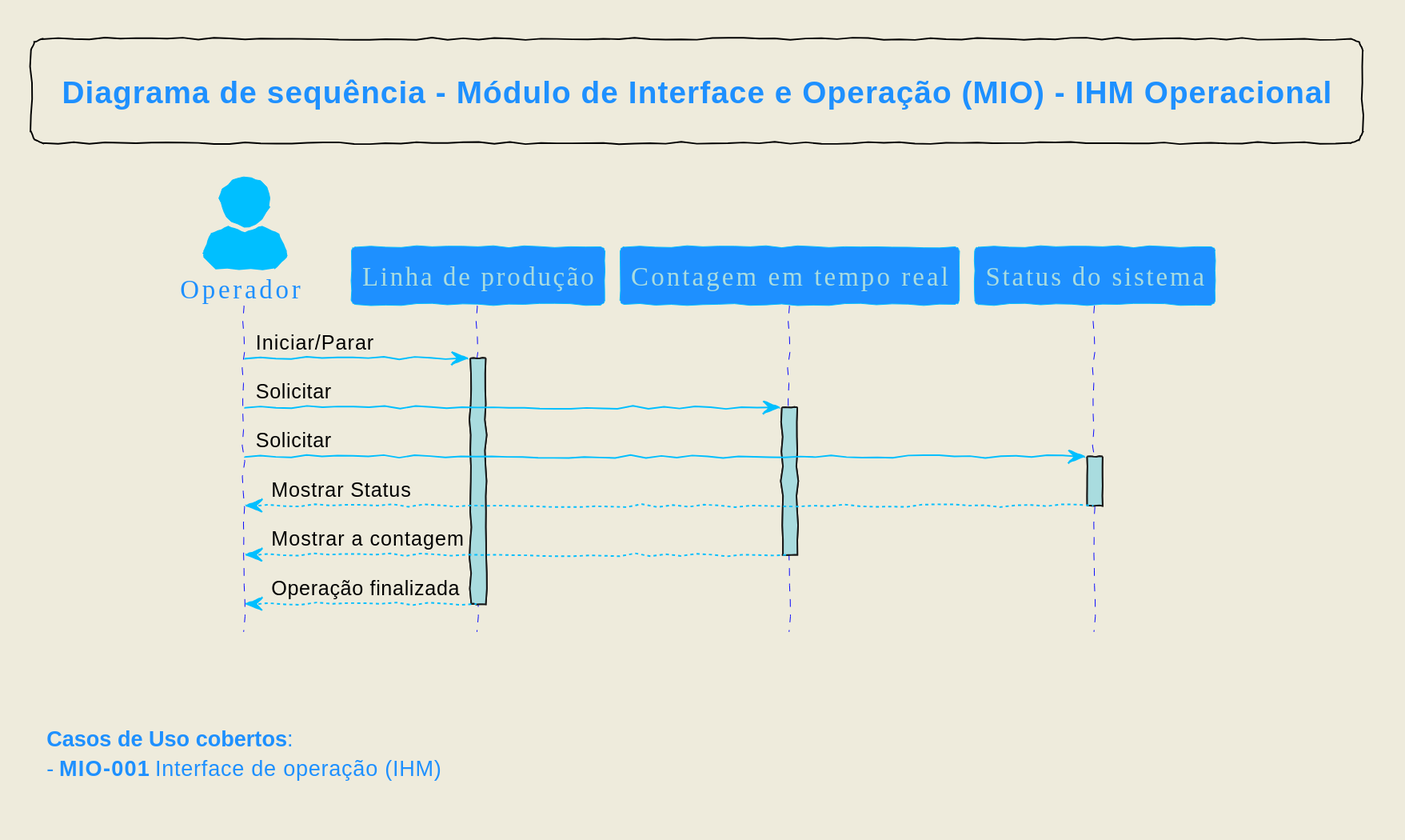
Above: diagramas_svg/DS-IHM-001.svg in Embrapac/diagramas (PlantUML), before the change.
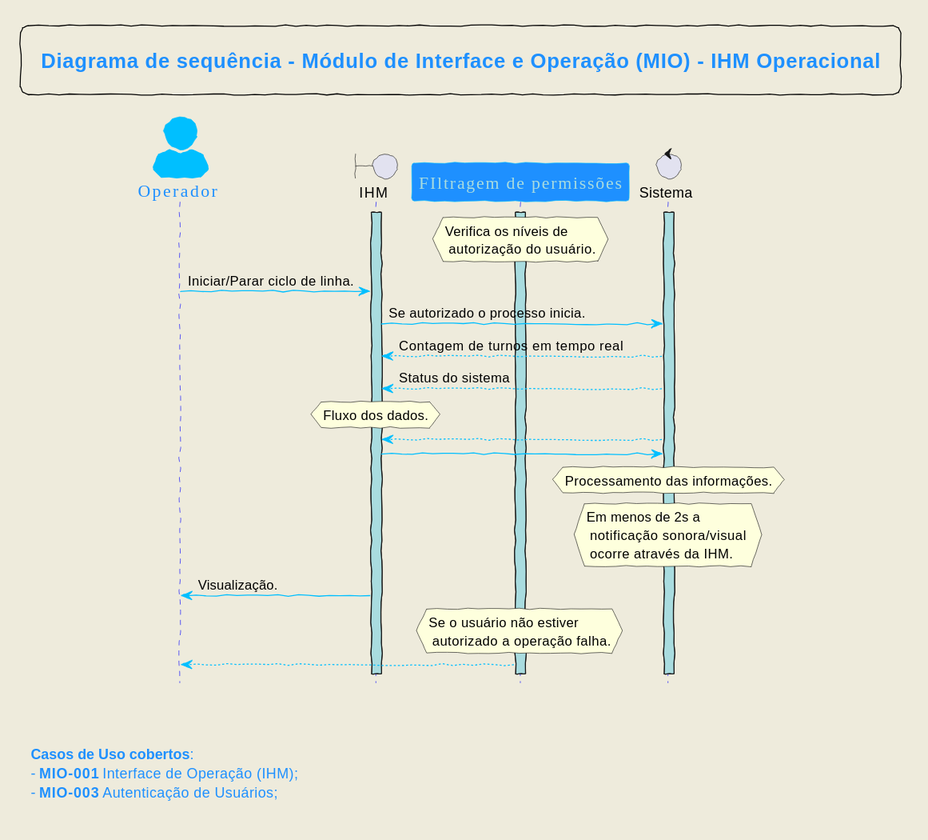
After the change.

What changed in the source:
```diff
@@ -1,30 +1,29 @@
 @startuml
 !include DEFS.puml
 
-actor Operador
-participant "Linha de produção" as A
-participant "Contagem em tempo real" as B
-participant "Status do sistema" as C
+actor "Operador" as OP
+boundary "IHM"
+participant "FIltragem de permissões" as Z
+control Sistema as ST
 
 
-Operador -> A: Iniciar/Parar
-activate A
+activate Z
+activate ST
+activate IHM
+hnote over Z: Verifica os níveis de \n autorização do usuário.
+OP -> IHM: Iniciar/Parar ciclo de linha.
+IHM -> ST: Se autorizado o processo inicia.
+ST --> IHM: Contagem de turnos em tempo real
+ST --> IHM: Status do sistema
+hnote over IHM: Fluxo dos dados.
+ST --> IHM
+IHM -> ST
 
-Operador -> B: Solicitar
-activate B
-
-Operador-> C: Solicitar
-activate C
-
-C --> Operador: Mostrar Status
-deactivate C
-
-B --> Operador: Mostrar a contagem
-deactivate B
-
-A --> Operador: Operação finalizada
-deactivate A
-
+hnote over ST: Processamento das informações.
+hnote over ST: Em menos de 2s a \n notificação sonora/visual \n ocorre através da IHM.
+IHM -> "OP": Visualização.
+hnote over Z: Se o usuário não estiver \n autorizado a operação falha.
+Z --> OP
 
 
 legend top
@@ -35,6 +34,7 @@
 
 
 **Casos de Uso cobertos**:
- - **MIO-001** Interface de operação (IHM)
+ - **MIO-001** Interface de Operação (IHM);
+ - **MIO-003** Autenticação de Usuários;
 end footer
 @enduml
```
